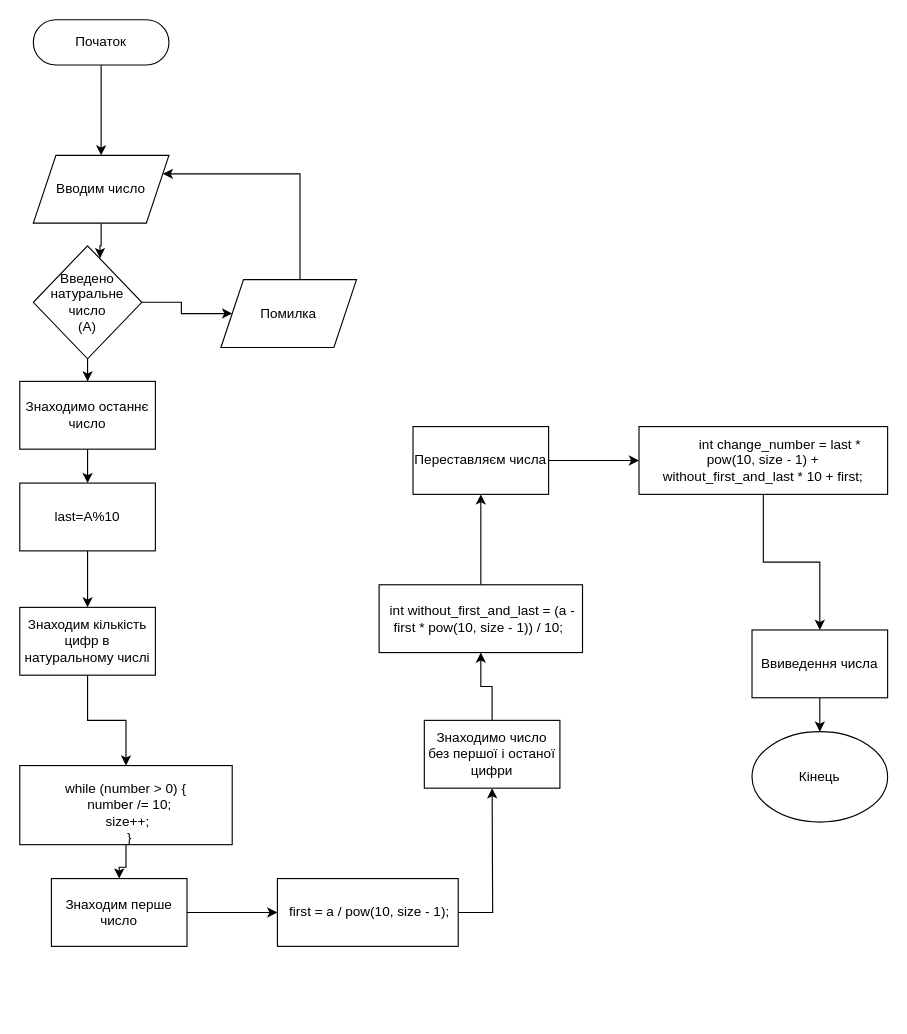
This is laba6/laba6.drawio from Anur4ik/C-Plus, a draw.io file, before an edit. Source tidied: cells renumbered, new cells numbered last; positions are measured from the earlier drawing's top-left corner, leaving out a move shared by most shapes. Both pictures are drawn from the tidied source at 113%, with x=0, y=0 at pixel (19, 19).
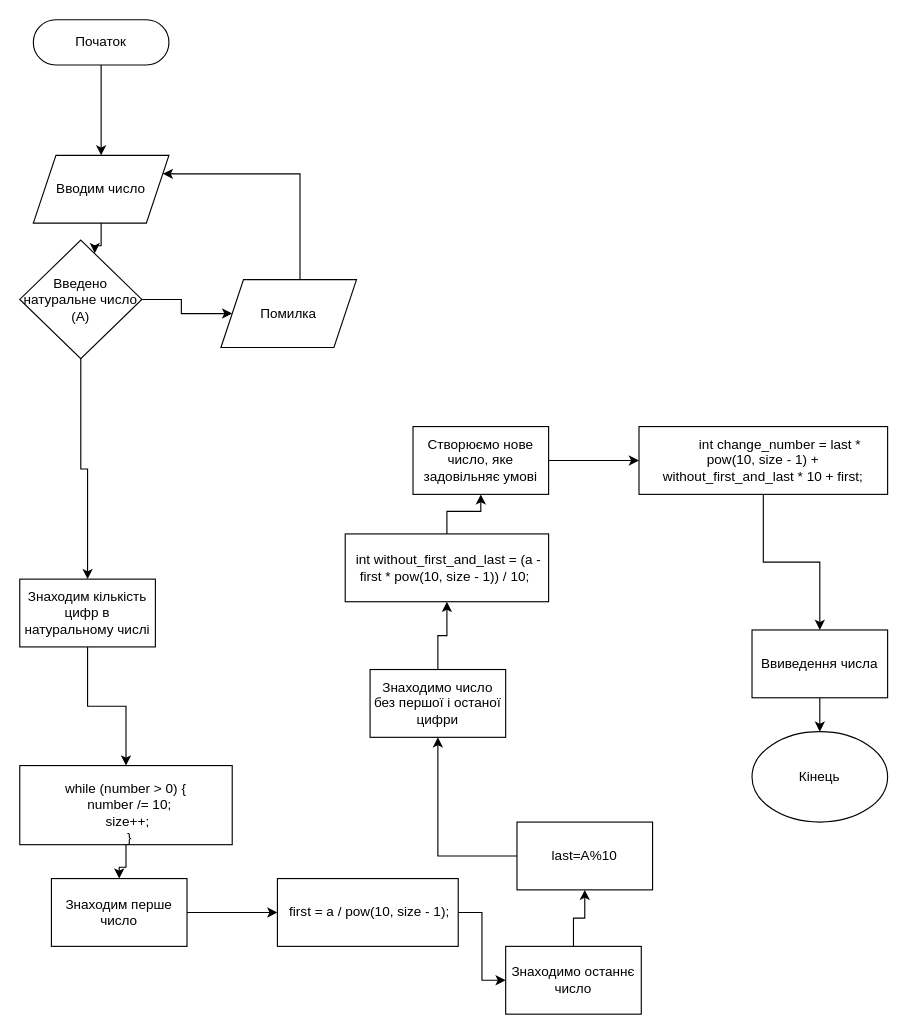
Above is the later version.

Unchanged cells that the change refers to:
```xml
<mxCell id="22" value="&amp;nbsp;first = a / pow(10, size - 1);" style="rounded=0;whiteSpace=wrap;html=1;" parent="1" vertex="1">
  <mxGeometry x="228" y="760" width="160" height="60" as="geometry" />
</mxCell>
```

Diff of the diagram source:
```diff
@@
-    <mxCell id="6" style="edgeStyle=orthogonalEdgeStyle;rounded=0;jettySize=auto;html=1;" parent="1" edge="1" source="7" target="12">
+    <mxCell id="6" style="edgeStyle=orthogonalEdgeStyle;rounded=0;jettySize=auto;html=1;entryX=0.5;entryY=0;entryDx=0;entryDy=0;" parent="1" edge="1" source="7" target="16">
       <mxGeometry relative="1" as="geometry" />
     </mxCell>
     <mxCell id="7" value="Введено натуральне число&lt;div&gt;(A)&lt;/div&gt;" style="rhombus;whiteSpace=wrap;html=1;" parent="1" vertex="1">
-      <mxGeometry x="12" y="200" width="96" height="100" as="geometry" />
+      <mxGeometry y="195" width="108" height="105" as="geometry" />
     </mxCell>
@@
-    <mxCell id="11" style="edgeStyle=orthogonalEdgeStyle;rounded=0;jettySize=auto;html=1;entryX=0.5;entryY=0;entryDx=0;entryDy=0;" parent="1" edge="1" source="12" target="14">
-      <mxGeometry relative="1" as="geometry" />
-    </mxCell>
-    <mxCell id="12" value="Знаходимо останнє число" style="rounded=0;whiteSpace=wrap;html=1;" parent="1" vertex="1">
-      <mxGeometry y="320" width="120" height="60" as="geometry" />
-    </mxCell>
-    <mxCell id="13" style="edgeStyle=orthogonalEdgeStyle;rounded=0;jettySize=auto;html=1;" parent="1" edge="1" source="14">
-      <mxGeometry relative="1" as="geometry">
-        <mxPoint x="60" y="520" as="targetPoint" />
-      </mxGeometry>
-    </mxCell>
-    <mxCell id="14" value="last=A%10" style="rounded=0;whiteSpace=wrap;html=1;" parent="1" vertex="1">
-      <mxGeometry y="410" width="120" height="60" as="geometry" />
-    </mxCell>
@@
     <mxCell id="16" value="Знаходим кількість цифр в натуральному числі" style="rounded=0;whiteSpace=wrap;html=1;" parent="1" vertex="1">
-      <mxGeometry y="520" width="120" height="60" as="geometry" />
+      <mxGeometry y="495" width="120" height="60" as="geometry" />
     </mxCell>
@@
-    <mxCell id="21" style="edgeStyle=orthogonalEdgeStyle;rounded=0;jettySize=auto;html=1;" parent="1" edge="1" source="22">
-      <mxGeometry relative="1" as="geometry">
-        <mxPoint x="418" y="680" as="targetPoint" />
-      </mxGeometry>
-    </mxCell>
+    <mxCell id="34" style="edgeStyle=orthogonalEdgeStyle;rounded=0;jettySize=auto;html=1;" parent="1" edge="1" source="22" target="12">
+      <mxGeometry relative="1" as="geometry" />
+    </mxCell>
@@
     <mxCell id="24" value="Знаходимо число без першої і останої цифри" style="rounded=0;whiteSpace=wrap;html=1;" parent="1" vertex="1">
-      <mxGeometry x="358" y="620" width="120" height="60" as="geometry" />
+      <mxGeometry x="310" y="575" width="120" height="60" as="geometry" />
     </mxCell>
@@
     <mxCell id="26" value="&amp;nbsp;int without_first_and_last = (a - first * pow(10, size - 1)) / 10;&amp;nbsp;" style="whiteSpace=wrap;html=1;rounded=0;" parent="1" vertex="1">
-      <mxGeometry x="318" y="500" width="180" height="60" as="geometry" />
+      <mxGeometry x="288" y="455" width="180" height="60" as="geometry" />
     </mxCell>
@@
-    <mxCell id="28" value="Переставляєм числа" style="whiteSpace=wrap;html=1;rounded=0;" parent="1" vertex="1">
+    <mxCell id="28" value="Створюємо нове число, яке задовільняє умові" style="whiteSpace=wrap;html=1;rounded=0;" parent="1" vertex="1">
       <mxGeometry x="348" y="360" width="120" height="60" as="geometry" />
     </mxCell>
@@
+    <mxCell id="11" style="edgeStyle=orthogonalEdgeStyle;rounded=0;jettySize=auto;html=1;entryX=0.5;entryY=1;entryDx=0;entryDy=0;" parent="1" edge="1" source="12" target="14">
+      <mxGeometry relative="1" as="geometry" />
+    </mxCell>
+    <mxCell id="12" value="Знаходимо останнє число" style="rounded=0;whiteSpace=wrap;html=1;" parent="1" vertex="1">
+      <mxGeometry x="430" y="820" width="120" height="60" as="geometry" />
+    </mxCell>
+    <mxCell id="35" style="edgeStyle=orthogonalEdgeStyle;rounded=0;jettySize=auto;html=1;" parent="1" edge="1" source="14" target="24">
+      <mxGeometry relative="1" as="geometry" />
+    </mxCell>
+    <mxCell id="14" value="last=A%10" style="rounded=0;whiteSpace=wrap;html=1;" parent="1" vertex="1">
+      <mxGeometry x="440" y="710" width="120" height="60" as="geometry" />
+    </mxCell>
```
